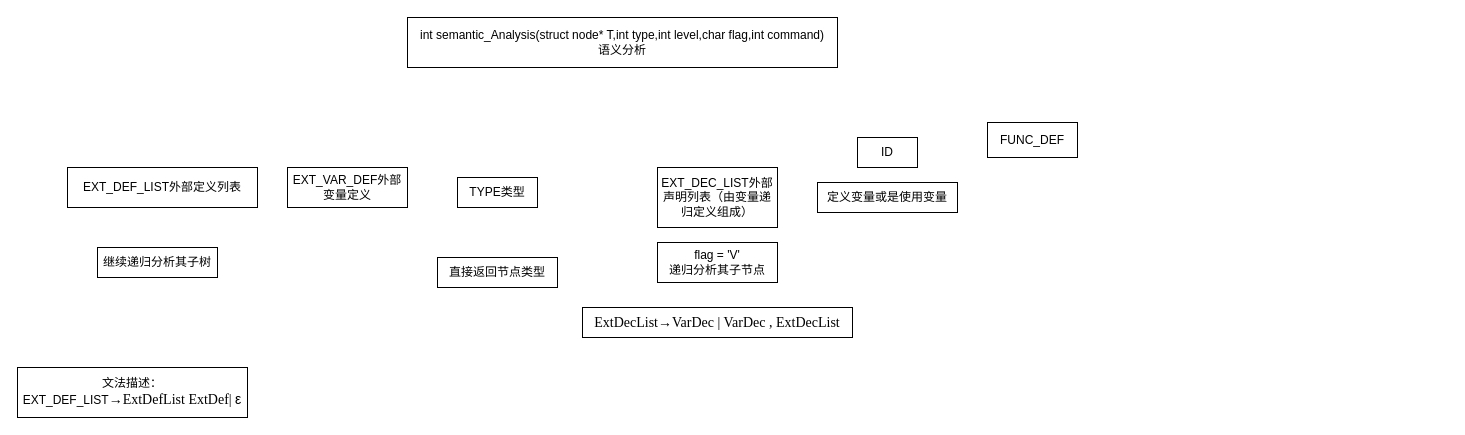
Earlier version of the draw.io diagram 编译原理/编译原理实验二 语义分析.drawio (AgentGuo/flow_chart). Source tidied: cells renumbered, new cells numbered last; positions are measured from the earlier drawing's top-left corner, leaving out a move shared by most shapes. Both pictures are drawn from the tidied source at 100%, with x=0, y=0 at pixel (17, 17).
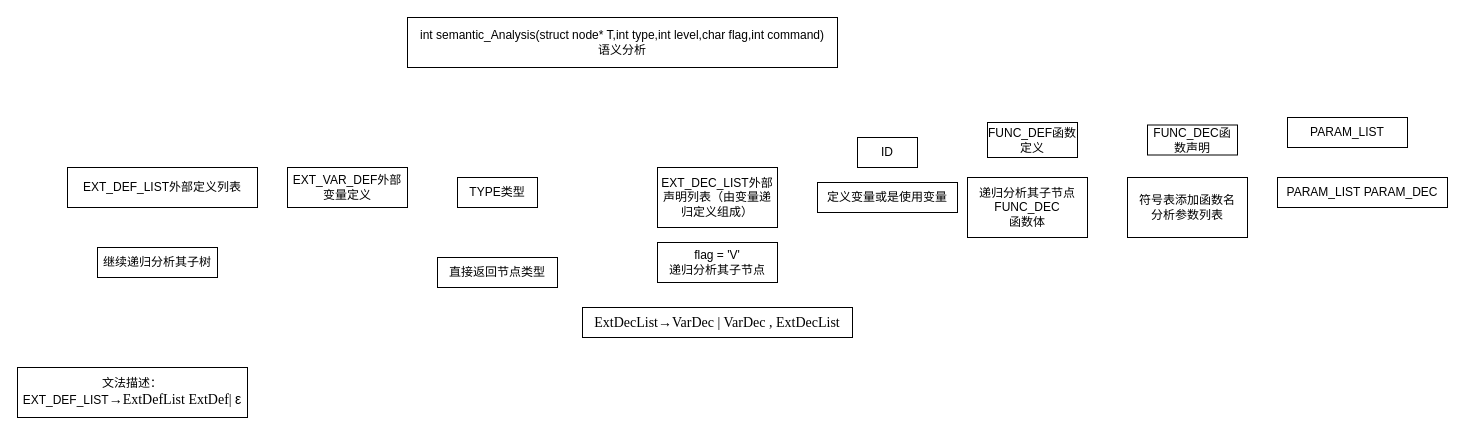
Above is the later version.

Commit message (it also covers changes not shown here):
更新编译原理实验二 语义分析.drawio

Change to the diagram source:
```diff
@@
 <mxGraphModel>
   <root>
     <mxCell id="0" />
     <mxCell id="1" parent="0" />
     <mxCell id="2" value="int semantic_Analysis(struct node* T,int type,int level,char flag,int command)&lt;br&gt;语义分析" style="rounded=0;whiteSpace=wrap;html=1;" parent="1" vertex="1">
       <mxGeometry x="390" width="430" height="50" as="geometry" />
     </mxCell>
     <mxCell id="3" value="EXT_DEF_LIST外部定义列表" style="whiteSpace=wrap;html=1;" parent="1" vertex="1">
       <mxGeometry x="50" y="150" width="190" height="40" as="geometry" />
     </mxCell>
     <mxCell id="4" value="文法描述：&lt;br&gt;EXT_DEF_LIST&lt;span style=&quot;font-size: 10.5pt&quot;&gt;→&lt;/span&gt;&lt;span lang=&quot;EN-US&quot; style=&quot;font-size: 10.5pt ; font-family: &amp;#34;times new roman&amp;#34; , serif&quot;&gt;ExtDefList ExtDef|&amp;nbsp;&lt;/span&gt;&lt;span style=&quot;font-size: 10.5pt&quot;&gt;ε&lt;/span&gt;" style="whiteSpace=wrap;html=1;" parent="1" vertex="1">
       <mxGeometry y="350" width="230" height="50" as="geometry" />
     </mxCell>
     <mxCell id="5" value="EXT_VAR_DEF外部变量定义" style="whiteSpace=wrap;html=1;" parent="1" vertex="1">
       <mxGeometry x="270" y="150" width="120" height="40" as="geometry" />
     </mxCell>
     <mxCell id="6" value="继续递归分析其子树" style="whiteSpace=wrap;html=1;" parent="1" vertex="1">
       <mxGeometry x="80" y="230" width="120" height="30" as="geometry" />
     </mxCell>
     <mxCell id="7" value="TYPE类型" style="whiteSpace=wrap;html=1;" parent="1" vertex="1">
       <mxGeometry x="440" y="160" width="80" height="30" as="geometry" />
     </mxCell>
     <mxCell id="8" value="直接返回节点类型" style="whiteSpace=wrap;html=1;" parent="1" vertex="1">
       <mxGeometry x="420" y="240" width="120" height="30" as="geometry" />
     </mxCell>
     <mxCell id="9" value="EXT_DEC_LIST外部声明列表（由变量递归定义组成）" style="whiteSpace=wrap;html=1;" parent="1" vertex="1">
       <mxGeometry x="640" y="150" width="120" height="60" as="geometry" />
     </mxCell>
     <mxCell id="10" value="&lt;span lang=&quot;EN-US&quot; style=&quot;font-size: 10.5pt ; font-family: &amp;#34;times new roman&amp;#34; , serif&quot;&gt;ExtDecList&lt;/span&gt;&lt;span style=&quot;font-size: 10.5pt&quot;&gt;→&lt;/span&gt;&lt;span lang=&quot;EN-US&quot; style=&quot;font-size: 10.5pt ; font-family: &amp;#34;times new roman&amp;#34; , serif&quot;&gt;VarDec | VarDec , ExtDecList&lt;/span&gt;" style="whiteSpace=wrap;html=1;" parent="1" vertex="1">
       <mxGeometry x="565" y="290" width="270" height="30" as="geometry" />
     </mxCell>
     <mxCell id="11" value="flag = 'V'&lt;br&gt;递归分析其子节点" style="whiteSpace=wrap;html=1;" parent="1" vertex="1">
       <mxGeometry x="640" y="225" width="120" height="40" as="geometry" />
     </mxCell>
     <mxCell id="12" value="ID" style="whiteSpace=wrap;html=1;" parent="1" vertex="1">
       <mxGeometry x="840" y="120" width="60" height="30" as="geometry" />
     </mxCell>
     <mxCell id="13" value="定义变量或是使用变量" style="whiteSpace=wrap;html=1;" parent="1" vertex="1">
       <mxGeometry x="800" y="165" width="140" height="30" as="geometry" />
     </mxCell>
-    <mxCell id="14" value="FUNC_DEF" style="whiteSpace=wrap;html=1;" parent="1" vertex="1">
+    <mxCell id="14" value="FUNC_DEF函数定义" style="whiteSpace=wrap;html=1;" parent="1" vertex="1">
       <mxGeometry x="970" y="105" width="90" height="35" as="geometry" />
     </mxCell>
+    <mxCell id="15" value="递归分析其子节点&lt;br&gt;FUNC_DEC&lt;br&gt;函数体" style="whiteSpace=wrap;html=1;" parent="1" vertex="1">
+      <mxGeometry x="950" y="160" width="120" height="60" as="geometry" />
+    </mxCell>
+    <mxCell id="16" value="FUNC_DEC函数声明" style="whiteSpace=wrap;html=1;" parent="1" vertex="1">
+      <mxGeometry x="1130" y="107.5" width="90" height="30" as="geometry" />
+    </mxCell>
+    <mxCell id="17" value="符号表添加函数名&lt;br&gt;分析参数列表" style="whiteSpace=wrap;html=1;" parent="1" vertex="1">
+      <mxGeometry x="1110" y="160" width="120" height="60" as="geometry" />
+    </mxCell>
+    <mxCell id="18" value="PARAM_LIST" style="whiteSpace=wrap;html=1;" parent="1" vertex="1">
+      <mxGeometry x="1270" y="100" width="120" height="30" as="geometry" />
+    </mxCell>
+    <mxCell id="19" value="&lt;span&gt;PARAM_LIST&amp;nbsp;&lt;/span&gt;PARAM_DEC" style="whiteSpace=wrap;html=1;" parent="1" vertex="1">
+      <mxGeometry x="1260" y="160" width="170" height="30" as="geometry" />
+    </mxCell>
   </root>
 </mxGraphModel>
```
